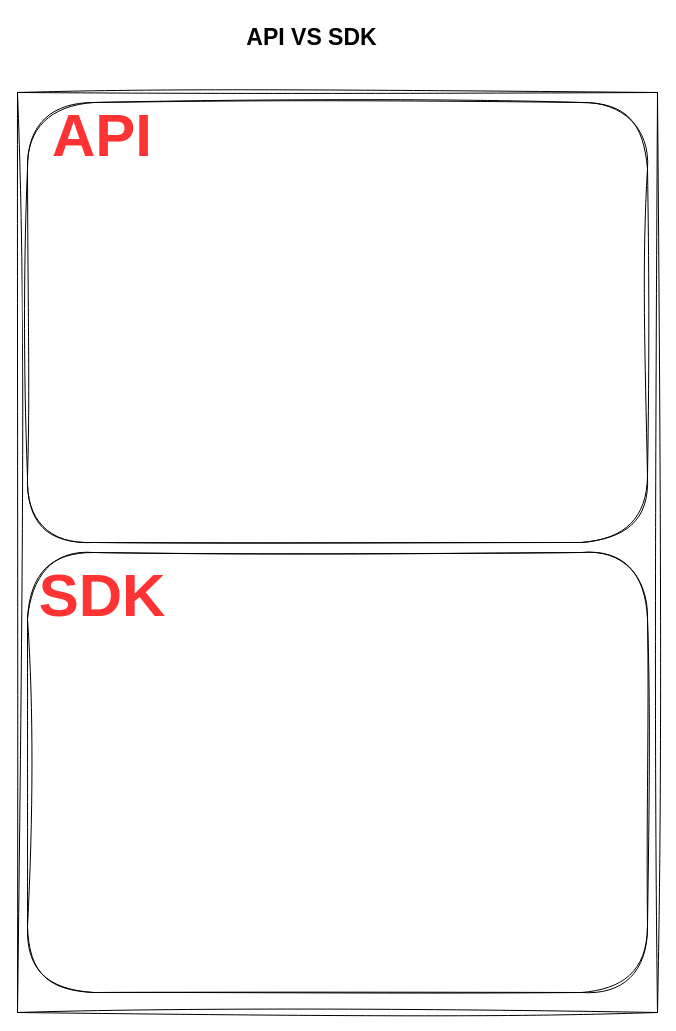
Rodert/javapub_oss keeps this draw.io diagram as image-text/API和SDK区别.drawio. Above is the earlier version. Source tidied: cells renumbered, new cells numbered last; positions are measured from the earlier drawing's top-left corner, leaving out a move shared by most shapes. Both pictures are drawn from the tidied source at 100%, with x=0, y=0 at pixel (17, 17). Pictures stored in the file or linked from it are replaced by grey dashed boxes.
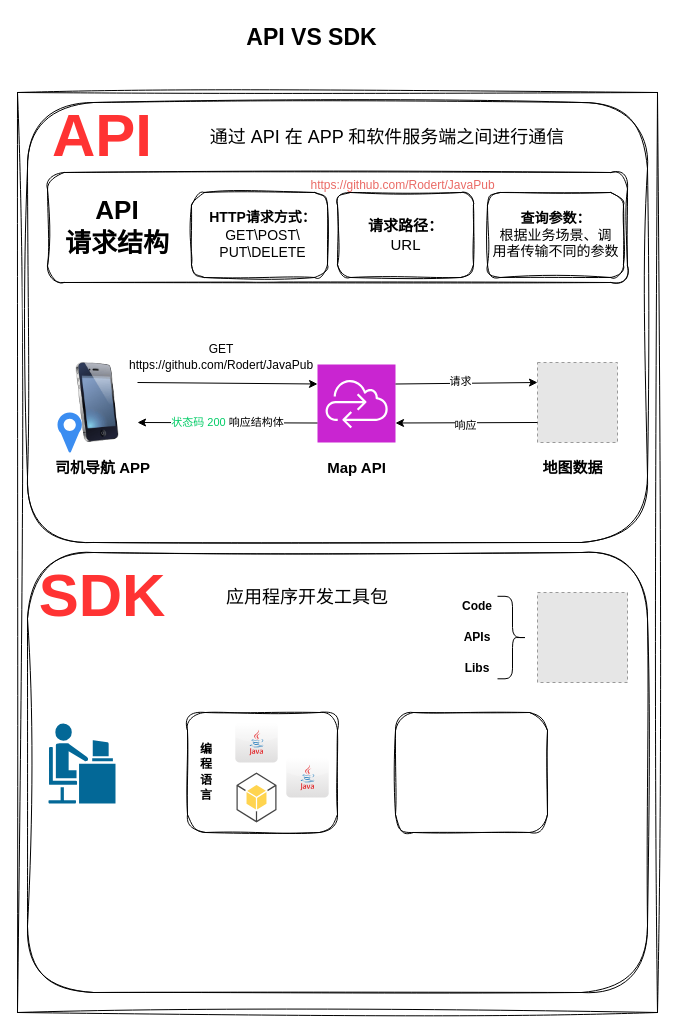
Above is the later version.

Commit message (it also covers changes not shown here):
更新API和SDK区别.drawio

What changed in the source:
```diff
@@
+    <mxCell id="11" style="rounded=1;whiteSpace=wrap;html=1;sketch=1;hachureGap=4;jiggle=2;curveFitting=1;fontFamily=Architects Daughter;" parent="1" vertex="1">
+      <mxGeometry x="30" y="155" width="580" height="110" as="geometry" />
+    </mxCell>
+    <mxCell id="12" value="&lt;font style=&quot;font-size: 18px;&quot; face=&quot;Helvetica&quot;&gt;通过 API 在 APP 和软件服务端之间进行通信&lt;/font&gt;" style="text;html=1;align=center;verticalAlign=middle;whiteSpace=wrap;rounded=0;fontFamily=Architects Daughter;" parent="1" vertex="1">
+      <mxGeometry x="190" y="105" width="360" height="30" as="geometry" />
+    </mxCell>
+    <mxCell id="13" value="&lt;font face=&quot;Helvetica&quot;&gt;&lt;b&gt;API&lt;br&gt;请求结构&lt;/b&gt;&lt;/font&gt;" style="text;html=1;align=center;verticalAlign=middle;whiteSpace=wrap;rounded=0;fontFamily=Architects Daughter;fontSize=26;" parent="1" vertex="1">
+      <mxGeometry x="40" y="195" width="120" height="30" as="geometry" />
+    </mxCell>
+    <mxCell id="14" style="rounded=1;whiteSpace=wrap;html=1;sketch=1;hachureGap=4;jiggle=2;curveFitting=1;fontFamily=Architects Daughter;" parent="1" vertex="1">
+      <mxGeometry x="174" y="175" width="136" height="85" as="geometry" />
+    </mxCell>
+    <mxCell id="15" value="&lt;font style=&quot;font-size: 14px;&quot; face=&quot;Helvetica&quot;&gt;&lt;b&gt;HTTP请求方式：&lt;/b&gt;&lt;br&gt;GET\POST\&lt;br&gt;PUT\DELETE&lt;/font&gt;" style="text;html=1;align=center;verticalAlign=middle;strokeColor=none;fillColor=none;fontFamily=Architects Daughter;" parent="1" vertex="1">
+      <mxGeometry x="180" y="182.5" width="130" height="70" as="geometry" />
+    </mxCell>
+    <mxCell id="16" style="rounded=1;whiteSpace=wrap;html=1;sketch=1;hachureGap=4;jiggle=2;curveFitting=1;fontFamily=Architects Daughter;" parent="1" vertex="1">
+      <mxGeometry x="320" y="175" width="136" height="85" as="geometry" />
+    </mxCell>
+    <mxCell id="17" style="rounded=1;whiteSpace=wrap;html=1;sketch=1;hachureGap=4;jiggle=2;curveFitting=1;fontFamily=Architects Daughter;" parent="1" vertex="1">
+      <mxGeometry x="470" y="175" width="136" height="85" as="geometry" />
+    </mxCell>
+    <mxCell id="18" value="&lt;font color=&quot;#ea6b66&quot; face=&quot;Helvetica&quot;&gt;https://github.com/Rodert/JavaPub&lt;/font&gt;" style="text;html=1;align=center;verticalAlign=middle;strokeColor=none;fillColor=none;fontFamily=Architects Daughter;" parent="1" vertex="1">
+      <mxGeometry x="280" y="152.5" width="210" height="30" as="geometry" />
+    </mxCell>
+    <mxCell id="19" value="&lt;font style=&quot;font-size: 15px;&quot; face=&quot;Helvetica&quot;&gt;&lt;b style=&quot;&quot;&gt;请求路径：&lt;/b&gt;&lt;br&gt;URL&lt;/font&gt;" style="text;html=1;align=center;verticalAlign=middle;strokeColor=none;fillColor=none;fontFamily=Architects Daughter;" parent="1" vertex="1">
+      <mxGeometry x="338" y="192.5" width="100" height="50" as="geometry" />
+    </mxCell>
+    <mxCell id="20" value="&lt;font style=&quot;font-size: 14px;&quot;&gt;&lt;font style=&quot;&quot; face=&quot;Helvetica&quot;&gt;&lt;b style=&quot;&quot;&gt;查询参数：&lt;/b&gt;&lt;br&gt;&lt;/font&gt;根据业务场景、调&lt;br&gt;用者传输不同的参数&lt;/font&gt;" style="text;html=1;align=center;verticalAlign=middle;strokeColor=none;fillColor=none;fontFamily=Architects Daughter;" parent="1" vertex="1">
+      <mxGeometry x="463" y="187.5" width="150" height="60" as="geometry" />
+    </mxCell>
+    <mxCell id="21" style="image;html=1;image=img/lib/clip_art/telecommunication/iPhone_128x128.png;sketch=1;hachureGap=4;jiggle=2;curveFitting=1;fontFamily=Architects Daughter;" parent="1" vertex="1">
+      <mxGeometry x="40" y="345" width="80" height="80" as="geometry" />
+    </mxCell>
+    <mxCell id="22" style="fillColor=#E6E6E6;strokeColor=#999999;dashed=1;html=1;verticalAlign=top;verticalLabelPosition=bottom;labelBackgroundColor=#ffffff;fontFamily=Architects Daughter;" parent="1" vertex="1">
+      <mxGeometry x="520" y="345" width="80" height="80" as="geometry" />
+    </mxCell>
+    <mxCell id="23" style="sketch=0;points=[[0,0,0],[0.25,0,0],[0.5,0,0],[0.75,0,0],[1,0,0],[0,1,0],[0.25,1,0],[0.5,1,0],[0.75,1,0],[1,1,0],[0,0.25,0],[0,0.5,0],[0,0.75,0],[1,0.25,0],[1,0.5,0],[1,0.75,0]];outlineConnect=0;fontColor=#232F3E;fillColor=#C925D1;strokeColor=#ffffff;dashed=0;verticalLabelPosition=bottom;verticalAlign=top;align=center;html=1;fontSize=12;fontStyle=0;shape=mxgraph.aws4.resourceIcon;resIcon=mxgraph.aws4.cloud_control_api;hachureGap=4;jiggle=2;curveFitting=1;fontFamily=Architects Daughter;" parent="1" vertex="1">
+      <mxGeometry x="300" y="347" width="78" height="78" as="geometry" />
+    </mxCell>
+    <mxCell id="24" value="&lt;font&gt;Map API&lt;/font&gt;" style="text;html=1;align=center;verticalAlign=middle;strokeColor=none;fillColor=none;fontFamily=Helvetica;fontStyle=1;fontSize=15;" parent="1" vertex="1">
+      <mxGeometry x="299" y="435" width="80" height="30" as="geometry" />
+    </mxCell>
+    <mxCell id="25" value="地图数据" style="text;html=1;align=center;verticalAlign=middle;strokeColor=none;fillColor=none;fontFamily=Helvetica;fontStyle=1;fontSize=15;" parent="1" vertex="1">
+      <mxGeometry x="515" y="435" width="80" height="30" as="geometry" />
+    </mxCell>
+    <mxCell id="26" value="&lt;font&gt;司机导航 APP&lt;/font&gt;" style="text;html=1;align=center;verticalAlign=middle;strokeColor=none;fillColor=none;fontFamily=Helvetica;fontStyle=1;fontSize=15;" parent="1" vertex="1">
+      <mxGeometry x="25" y="435" width="120" height="30" as="geometry" />
+    </mxCell>
+    <mxCell id="27" style="sketch=0;html=1;strokeColor=none;shadow=0;fillColor=#3B8DF1;verticalAlign=top;labelPosition=center;verticalLabelPosition=bottom;shape=mxgraph.gcp2.maps_api;hachureGap=4;jiggle=2;curveFitting=1;fontFamily=Architects Daughter;" parent="1" vertex="1">
+      <mxGeometry x="40" y="395" width="24.4" height="40" as="geometry" />
+    </mxCell>
+    <mxCell id="28" style="endArrow=classic;html=1;rounded=0;hachureGap=4;fontFamily=Architects Daughter;exitX=1;exitY=0.25;exitDx=0;exitDy=0;entryX=0;entryY=0.25;entryDx=0;entryDy=0;entryPerimeter=0;flowAnimation=1;" parent="1" edge="1" source="21" target="23">
+      <mxGeometry relative="1" as="geometry" />
+    </mxCell>
+    <mxCell id="29" style="endArrow=classic;html=1;rounded=0;hachureGap=4;fontFamily=Architects Daughter;exitX=1;exitY=0.25;exitDx=0;exitDy=0;entryX=0;entryY=0.25;entryDx=0;entryDy=0;exitPerimeter=0;flowAnimation=1;" parent="1" edge="1" source="23" target="22">
+      <mxGeometry relative="1" as="geometry" />
+    </mxCell>
+    <mxCell id="30" value="请求" style="edgeLabel;html=1;align=center;verticalAlign=middle;sketch=1;hachureGap=4;jiggle=2;curveFitting=1;fontFamily=Architects Daughter;" parent="29" vertex="1">
+      <mxGeometry x="-0.09" y="2" relative="1" as="geometry" />
+    </mxCell>
+    <mxCell id="31" value="&lt;font color=&quot;#00cc66&quot; face=&quot;Helvetica&quot;&gt;状态码 200 &lt;/font&gt;&lt;font face=&quot;Helvetica&quot;&gt;响应结构体&lt;/font&gt;" style="endArrow=classic;html=1;rounded=0;hachureGap=4;fontFamily=Architects Daughter;exitX=0;exitY=0.75;exitDx=0;exitDy=0;exitPerimeter=0;entryX=1;entryY=0.75;entryDx=0;entryDy=0;flowAnimation=1;" parent="1" edge="1" source="23" target="21">
+      <mxGeometry relative="1" as="geometry" />
+    </mxCell>
+    <mxCell id="32" style="endArrow=classic;html=1;rounded=0;hachureGap=4;fontFamily=Architects Daughter;exitX=0;exitY=0.75;exitDx=0;exitDy=0;entryX=1;entryY=0.75;entryDx=0;entryDy=0;entryPerimeter=0;flowAnimation=1;" parent="1" edge="1" source="22" target="23">
+      <mxGeometry relative="1" as="geometry" />
+    </mxCell>
+    <mxCell id="33" value="响应" style="edgeLabel;html=1;align=center;verticalAlign=middle;sketch=1;hachureGap=4;jiggle=2;curveFitting=1;fontFamily=Architects Daughter;" parent="32" vertex="1">
+      <mxGeometry x="0.03" y="2" relative="1" as="geometry" />
+    </mxCell>
+    <mxCell id="34" value="&lt;span style=&quot;font-family: Helvetica; text-wrap-mode: nowrap;&quot;&gt;GET&lt;br&gt;https://github.com/Rodert/JavaPub&lt;/span&gt;" style="text;html=1;align=center;verticalAlign=middle;whiteSpace=wrap;rounded=0;fontFamily=Architects Daughter;" parent="1" vertex="1">
+      <mxGeometry x="174" y="325" width="60" height="30" as="geometry" />
+    </mxCell>
+    <mxCell id="35" value="&lt;font style=&quot;font-size: 18px;&quot; face=&quot;Helvetica&quot;&gt;应用程序开发工具包&lt;/font&gt;" style="text;html=1;align=center;verticalAlign=middle;whiteSpace=wrap;rounded=0;fontFamily=Architects Daughter;" parent="1" vertex="1">
+      <mxGeometry x="180" y="565" width="220" height="30" as="geometry" />
+    </mxCell>
+    <mxCell id="36" style="fillColor=#E6E6E6;strokeColor=#999999;dashed=1;html=1;verticalAlign=top;verticalLabelPosition=bottom;labelBackgroundColor=#ffffff;fontFamily=Architects Daughter;" parent="1" vertex="1">
+      <mxGeometry x="520" y="575" width="90" height="90" as="geometry" />
+    </mxCell>
+    <mxCell id="37" value="&lt;b&gt;&lt;font face=&quot;Helvetica&quot;&gt;Code&lt;br&gt;&lt;br&gt;APIs&lt;br&gt;&lt;br&gt;Libs&lt;/font&gt;&lt;/b&gt;" style="text;html=1;align=center;verticalAlign=middle;whiteSpace=wrap;rounded=0;fontFamily=Architects Daughter;" parent="1" vertex="1">
+      <mxGeometry x="430" y="605" width="60" height="30" as="geometry" />
+    </mxCell>
+    <mxCell id="38" style="shape=curlyBracket;whiteSpace=wrap;html=1;rounded=1;flipH=1;labelPosition=right;verticalLabelPosition=middle;align=left;verticalAlign=middle;hachureGap=4;fontFamily=Architects Daughter;" parent="1" vertex="1">
+      <mxGeometry x="480" y="578.8" width="30" height="82.5" as="geometry" />
+    </mxCell>
+    <mxCell id="39" style="shape=mxgraph.cisco.people.androgenous_person;html=1;dashed=0;fillColor=#036897;strokeColor=#ffffff;strokeWidth=2;verticalLabelPosition=bottom;verticalAlign=top;align=center;hachureGap=4;fontFamily=Architects Daughter;" parent="1" vertex="1">
+      <mxGeometry x="30" y="705" width="69" height="82" as="geometry" />
+    </mxCell>
+    <mxCell id="40" style="rounded=1;whiteSpace=wrap;html=1;sketch=1;hachureGap=4;jiggle=2;curveFitting=1;fontFamily=Architects Daughter;" parent="1" vertex="1">
+      <mxGeometry x="170" y="695" width="150" height="120" as="geometry" />
+    </mxCell>
+    <mxCell id="41" style="rounded=1;whiteSpace=wrap;html=1;sketch=1;hachureGap=4;jiggle=2;curveFitting=1;fontFamily=Architects Daughter;" parent="1" vertex="1">
+      <mxGeometry x="378" y="695" width="152" height="120" as="geometry" />
+    </mxCell>
+    <mxCell id="42" value="&lt;font face=&quot;Helvetica&quot;&gt;&lt;b&gt;编&lt;br&gt;程&lt;br&gt;语&lt;br&gt;言&lt;/b&gt;&lt;/font&gt;" style="text;html=1;align=center;verticalAlign=middle;whiteSpace=wrap;rounded=0;fontFamily=Architects Daughter;" parent="1" vertex="1">
+      <mxGeometry x="159" y="740" width="60" height="30" as="geometry" />
+    </mxCell>
+    <mxCell id="43" style="dashed=0;html=1;align=center;labelPosition=center;verticalLabelPosition=bottom;verticalAlign=top;shape=mxgraph.webicons.java;gradientColor=#DFDEDE;hachureGap=4;fontFamily=Architects Daughter;" parent="1" vertex="1">
+      <mxGeometry x="217.8" y="705" width="42.4" height="40" as="geometry" />
+    </mxCell>
+    <mxCell id="44" style="dashed=0;verticalLabelPosition=bottom;verticalAlign=top;align=center;html=1;shape=mxgraph.aws3.android;fillColor=#FFD44F;gradientColor=none;hachureGap=4;fontFamily=Architects Daughter;" parent="1" vertex="1">
+      <mxGeometry x="219" y="755" width="40" height="50" as="geometry" />
+    </mxCell>
+    <mxCell id="45" style="dashed=0;html=1;align=center;labelPosition=center;verticalLabelPosition=bottom;verticalAlign=top;shape=mxgraph.webicons.java;gradientColor=#DFDEDE;hachureGap=4;fontFamily=Architects Daughter;" parent="1" vertex="1">
+      <mxGeometry x="268.8" y="740" width="42.4" height="40" as="geometry" />
+    </mxCell>
```
